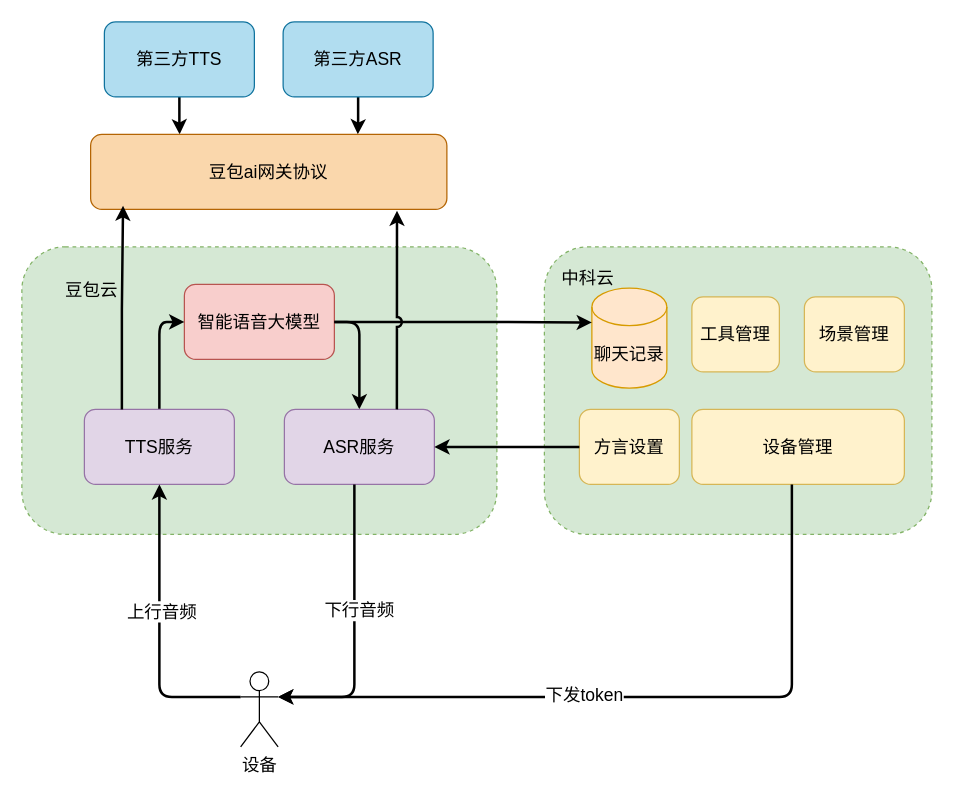
Earlier version of the draw.io diagram 智能语音交互.drawio (Chrischenny/drawio). Source tidied: cells renumbered, new cells numbered last; positions are measured from the earlier drawing's top-left corner, leaving out a move shared by most shapes. Both pictures are drawn from the tidied source at 125%, with x=0, y=0 at pixel (21, 21).
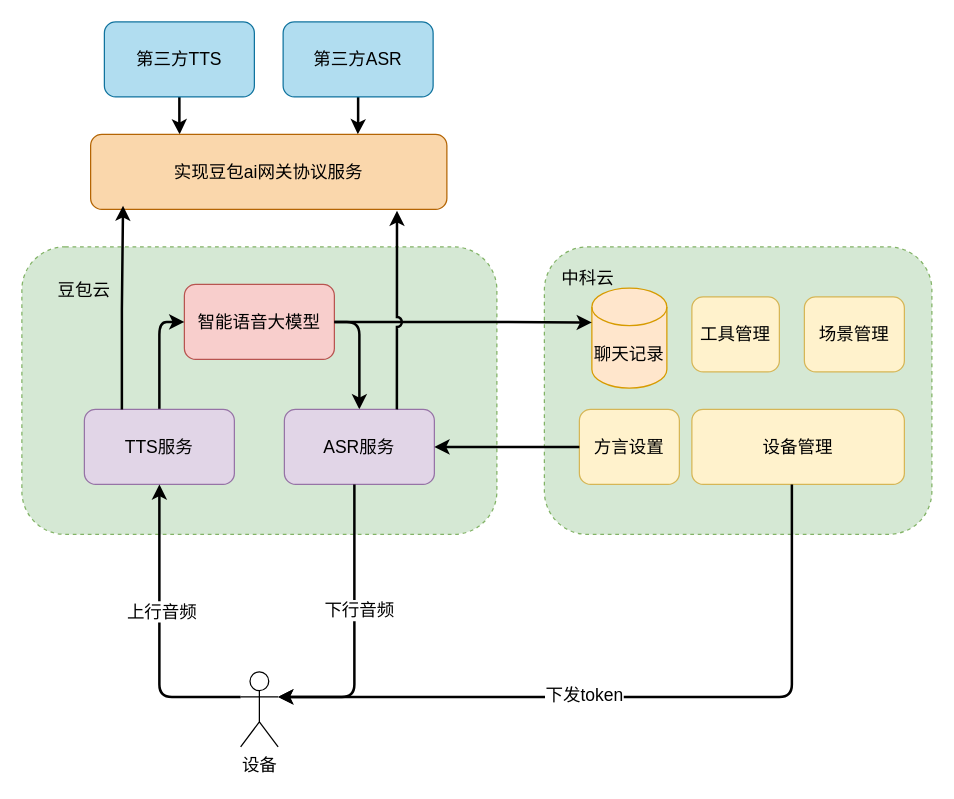
The same page after the edit.

Commit message (it also covers changes not shown here):
更新智能语音交互.drawio

What changed in the source:
```diff
@@
     <mxCell id="9" value="豆包云" style="text;html=1;whiteSpace=wrap;strokeColor=none;fillColor=none;align=center;verticalAlign=middle;rounded=0;fontSize=14;" parent="1" vertex="1">
-      <mxGeometry x="26" y="200" width="60" height="30" as="geometry" />
+      <mxGeometry x="20" y="200" width="60" height="30" as="geometry" />
     </mxCell>
@@
-    <mxCell id="29" value="豆包ai网关协议" style="rounded=1;whiteSpace=wrap;html=1;fillColor=#fad7ac;strokeColor=#b46504;fontSize=14;" parent="1" vertex="1">
+    <mxCell id="29" value="实现豆包ai网关协议服务" style="rounded=1;whiteSpace=wrap;html=1;fillColor=#fad7ac;strokeColor=#b46504;fontSize=14;" parent="1" vertex="1">
       <mxGeometry x="55" y="90" width="285" height="60" as="geometry" />
     </mxCell>
```
